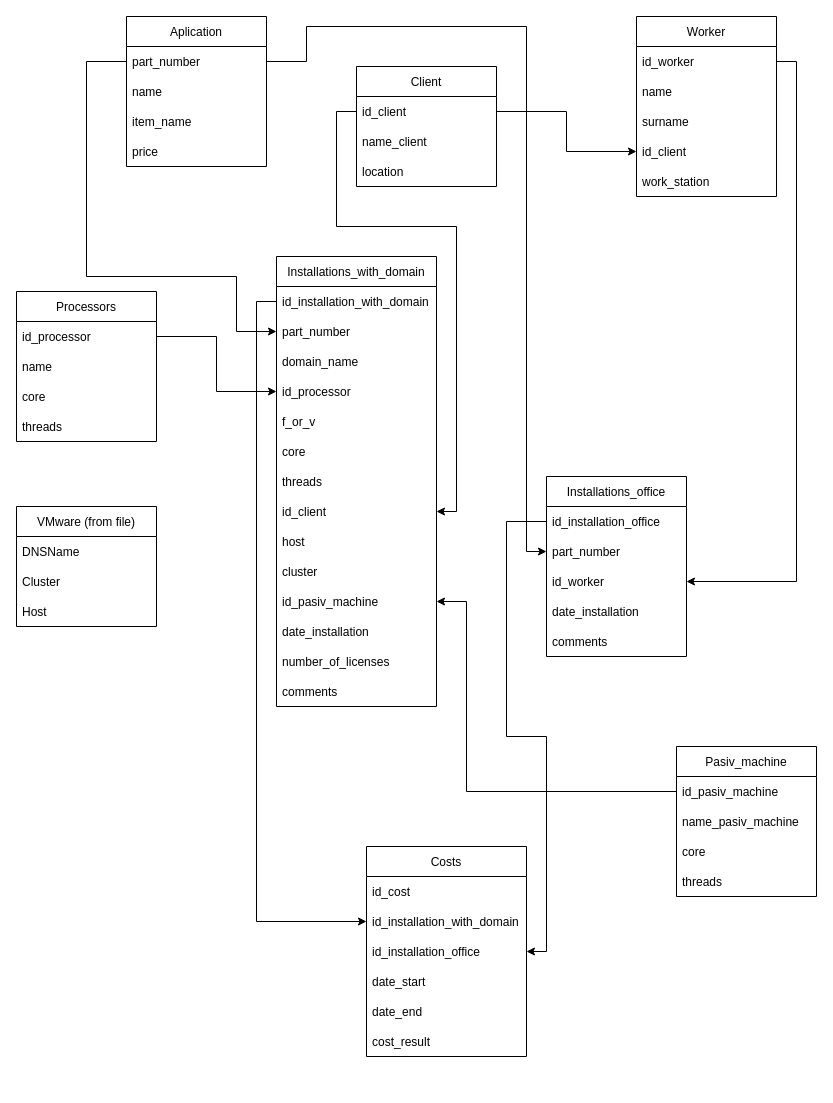
The draw.io diagram Program_do_rozliczania_faktur.drawio in Rascalele/Program_do_rozliczania_faktur, before the edit. Source tidied: cells renumbered, new cells numbered last; positions are measured from the earlier drawing's top-left corner, leaving out a move shared by most shapes. Both pictures are drawn from the tidied source at 100%, with x=0, y=0 at pixel (16, 16).
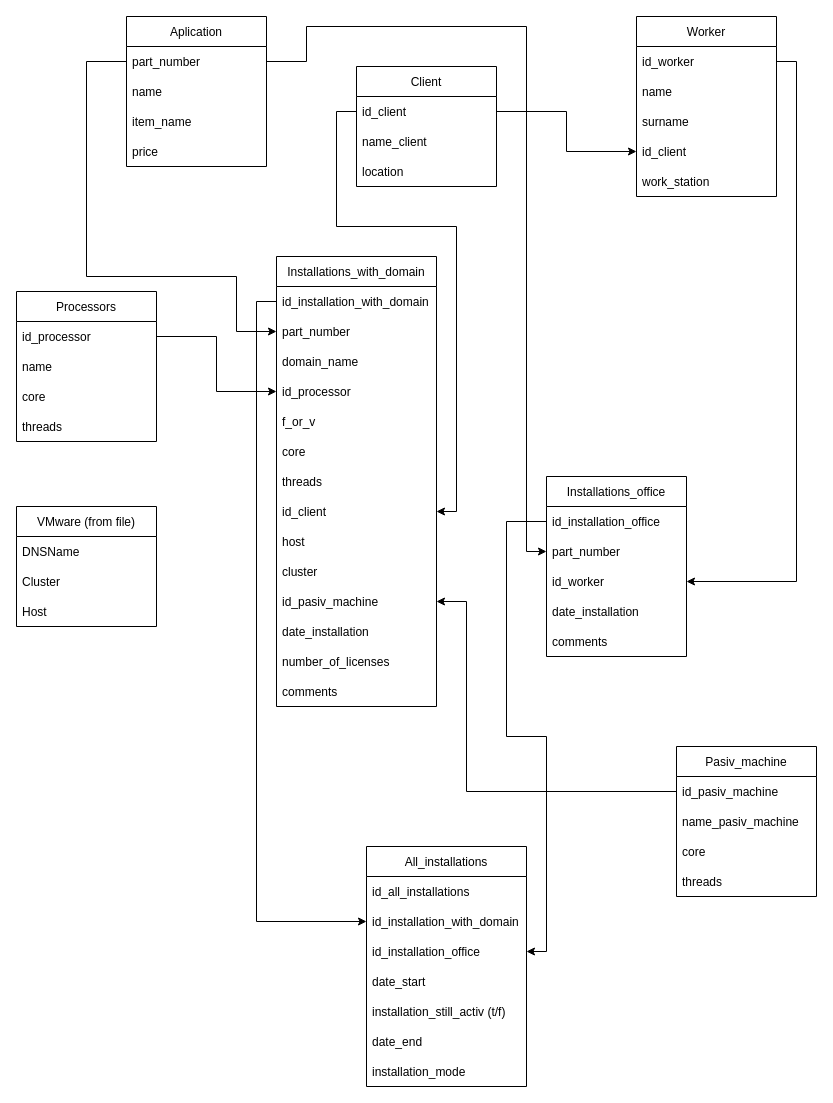
The same diagram, later.

What changed in the source:
```diff
@@
-    <mxCell id="59" value="Costs" style="swimlane;fontStyle=0;horizontal=1;startSize=30;" parent="1" vertex="1">
-      <mxGeometry x="350" y="830" width="160" height="210" as="geometry" />
+    <mxCell id="59" value="All_installations" style="swimlane;fontStyle=0;horizontal=1;startSize=30;" parent="1" vertex="1">
+      <mxGeometry x="350" y="830" width="160" height="240" as="geometry" />
     </mxCell>
-    <mxCell id="60" value="id_cost" style="text;strokeColor=none;fillColor=none;align=left;verticalAlign=middle;spacingLeft=4;spacingRight=4;overflow=hidden;" parent="59" vertex="1">
+    <mxCell id="60" value="id_all_installations" style="text;strokeColor=none;fillColor=none;align=left;verticalAlign=middle;spacingLeft=4;spacingRight=4;overflow=hidden;" parent="59" vertex="1">
       <mxGeometry y="30" width="160" height="30" as="geometry" />
     </mxCell>
@@
+    <mxCell id="68" value="installation_still_activ (t/f)" style="text;strokeColor=none;fillColor=none;align=left;verticalAlign=middle;spacingLeft=4;spacingRight=4;overflow=hidden;" parent="59" vertex="1">
+      <mxGeometry y="150" width="160" height="30" as="geometry" />
+    </mxCell>
     <mxCell id="64" value="date_end" style="text;strokeColor=none;fillColor=none;align=left;verticalAlign=middle;spacingLeft=4;spacingRight=4;overflow=hidden;" parent="59" vertex="1">
-      <mxGeometry y="150" width="160" height="30" as="geometry" />
+      <mxGeometry y="180" width="160" height="30" as="geometry" />
     </mxCell>
-    <mxCell id="65" value="cost_result" style="text;strokeColor=none;fillColor=none;align=left;verticalAlign=middle;spacingLeft=4;spacingRight=4;overflow=hidden;" parent="59" vertex="1">
-      <mxGeometry y="180" width="160" height="30" as="geometry" />
-    </mxCell>
+    <mxCell id="69" value="installation_mode" style="text;strokeColor=none;fillColor=none;align=left;verticalAlign=middle;spacingLeft=4;spacingRight=4;overflow=hidden;" parent="59" vertex="1">
+      <mxGeometry y="210" width="160" height="30" as="geometry" />
+    </mxCell>
```
